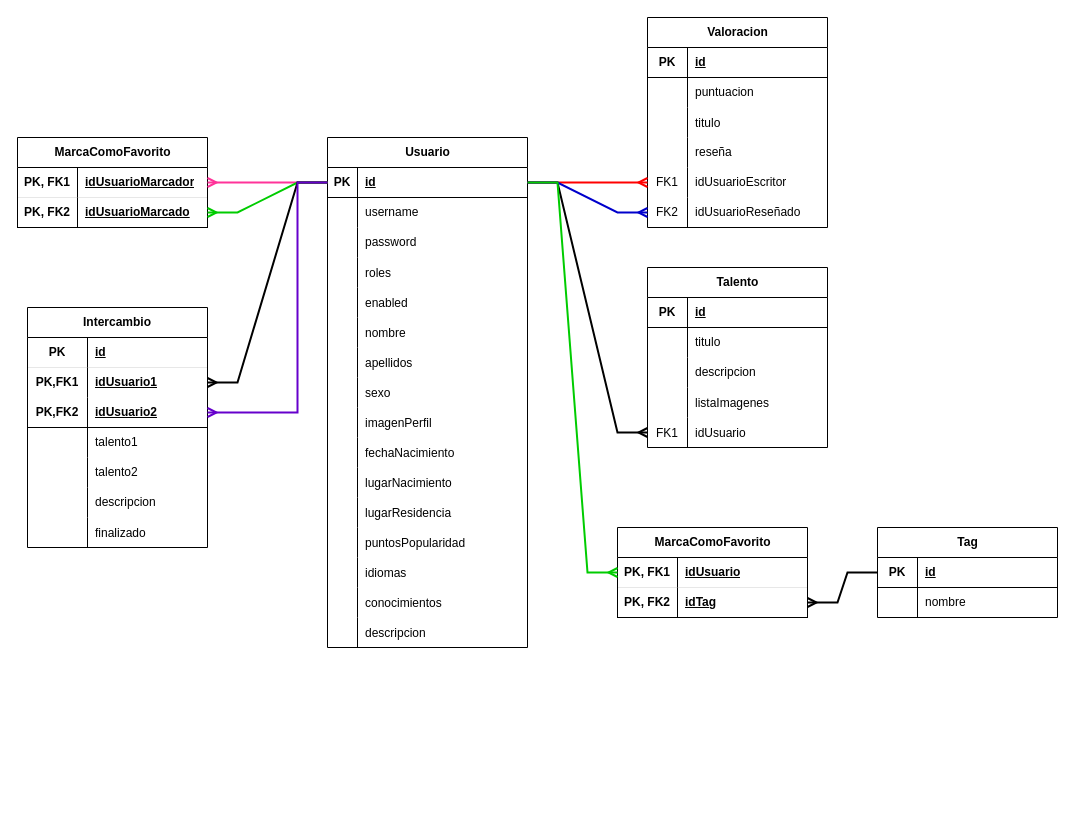
Earlier version of the draw.io diagram Diagramas/APPbilityDER.drawio (Lucasprogramyeah01/APPbility). Source tidied: cells renumbered, new cells numbered last; positions are measured from the earlier drawing's top-left corner, leaving out a move shared by most shapes. Both pictures are drawn from the tidied source at 100%, with x=0, y=0 at pixel (17, 17).
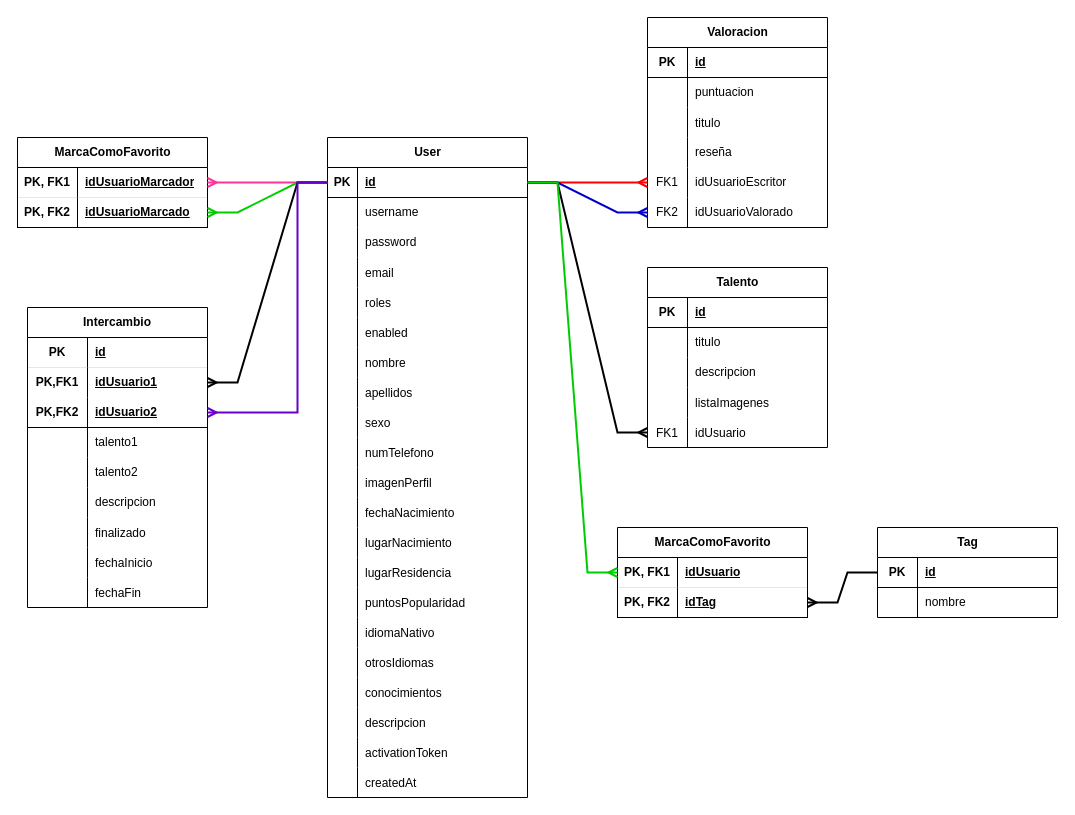
Above is the later version.

The change refers to these unchanged cells:
```xml
<mxCell id="84" style="shape=tableRow;horizontal=0;startSize=0;swimlaneHead=0;swimlaneBody=0;fillColor=none;points=[[0,0.5],[1,0.5]];portConstraint=eastwest;top=0;left=0;right=0;bottom=0;" parent="68" vertex="1">
  <mxGeometry y="180" width="180" height="30" as="geometry" />
</mxCell>
```

The edit, as a diff of the source:
```diff
@@
-    <mxCell id="2" value="Usuario" style="shape=table;startSize=30;childLayout=tableLayout;rowLines=0;fontStyle=1;align=center;html=1;" parent="1" vertex="1">
-      <mxGeometry x="310" y="120" width="200" height="510" as="geometry" />
+    <mxCell id="2" value="User" style="shape=table;startSize=30;childLayout=tableLayout;rowLines=0;fontStyle=1;align=center;html=1;" parent="1" vertex="1">
+      <mxGeometry x="310" y="120" width="200" height="660" as="geometry" />
     </mxCell>
@@
+    <mxCell id="138" style="shape=tableRow;horizontal=0;startSize=0;swimlaneHead=0;swimlaneBody=0;fillColor=none;top=0;left=0;right=0;bottom=0;" parent="2" vertex="1">
+      <mxGeometry y="120" width="200" height="30" as="geometry" />
+    </mxCell>
+    <mxCell id="139" style="shape=partialRectangle;fillColor=none;top=0;left=0;bottom=0;right=0;overflow=hidden;" parent="138" vertex="1">
+      <mxGeometry width="30" height="30" as="geometry" />
+    </mxCell>
+    <mxCell id="140" value="email" style="shape=partialRectangle;fillColor=none;top=0;left=0;bottom=0;right=0;align=left;spacingLeft=6;overflow=hidden;" parent="138" vertex="1">
+      <mxGeometry x="30" width="170" height="30" as="geometry" />
+    </mxCell>
     <mxCell id="12" style="shape=tableRow;horizontal=0;startSize=0;swimlaneHead=0;swimlaneBody=0;fillColor=none;top=0;left=0;right=0;bottom=0;" parent="2" vertex="1">
-      <mxGeometry y="120" width="200" height="30" as="geometry" />
+      <mxGeometry y="150" width="200" height="30" as="geometry" />
     </mxCell>
@@
     <mxCell id="15" style="shape=tableRow;horizontal=0;startSize=0;swimlaneHead=0;swimlaneBody=0;fillColor=none;top=0;left=0;right=0;bottom=0;" parent="2" vertex="1">
-      <mxGeometry y="150" width="200" height="30" as="geometry" />
+      <mxGeometry y="180" width="200" height="30" as="geometry" />
     </mxCell>
@@
     <mxCell id="18" style="shape=tableRow;horizontal=0;startSize=0;swimlaneHead=0;swimlaneBody=0;fillColor=none;top=0;left=0;right=0;bottom=0;" parent="2" vertex="1">
-      <mxGeometry y="180" width="200" height="30" as="geometry" />
+      <mxGeometry y="210" width="200" height="30" as="geometry" />
     </mxCell>
@@
     <mxCell id="21" style="shape=tableRow;horizontal=0;startSize=0;swimlaneHead=0;swimlaneBody=0;fillColor=none;top=0;left=0;right=0;bottom=0;" parent="2" vertex="1">
-      <mxGeometry y="210" width="200" height="30" as="geometry" />
+      <mxGeometry y="240" width="200" height="30" as="geometry" />
     </mxCell>
@@
     <mxCell id="24" style="shape=tableRow;horizontal=0;startSize=0;swimlaneHead=0;swimlaneBody=0;fillColor=none;top=0;left=0;right=0;bottom=0;" parent="2" vertex="1">
-      <mxGeometry y="240" width="200" height="30" as="geometry" />
+      <mxGeometry y="270" width="200" height="30" as="geometry" />
     </mxCell>
@@
+    <mxCell id="141" style="shape=tableRow;horizontal=0;startSize=0;swimlaneHead=0;swimlaneBody=0;fillColor=none;top=0;left=0;right=0;bottom=0;" parent="2" vertex="1">
+      <mxGeometry y="300" width="200" height="30" as="geometry" />
+    </mxCell>
+    <mxCell id="142" style="shape=partialRectangle;fillColor=none;top=0;left=0;bottom=0;right=0;overflow=hidden;" parent="141" vertex="1">
+      <mxGeometry width="30" height="30" as="geometry" />
+    </mxCell>
+    <mxCell id="143" value="numTelefono" style="shape=partialRectangle;fillColor=none;top=0;left=0;bottom=0;right=0;align=left;spacingLeft=6;overflow=hidden;" parent="141" vertex="1">
+      <mxGeometry x="30" width="170" height="30" as="geometry" />
+    </mxCell>
     <mxCell id="27" style="shape=tableRow;horizontal=0;startSize=0;swimlaneHead=0;swimlaneBody=0;fillColor=none;top=0;left=0;right=0;bottom=0;" parent="2" vertex="1">
-      <mxGeometry y="270" width="200" height="30" as="geometry" />
+      <mxGeometry y="330" width="200" height="30" as="geometry" />
     </mxCell>
@@
     <mxCell id="30" style="shape=tableRow;horizontal=0;startSize=0;swimlaneHead=0;swimlaneBody=0;fillColor=none;top=0;left=0;right=0;bottom=0;" parent="2" vertex="1">
-      <mxGeometry y="300" width="200" height="30" as="geometry" />
+      <mxGeometry y="360" width="200" height="30" as="geometry" />
     </mxCell>
@@
     <mxCell id="33" style="shape=tableRow;horizontal=0;startSize=0;swimlaneHead=0;swimlaneBody=0;fillColor=none;top=0;left=0;right=0;bottom=0;" parent="2" vertex="1">
-      <mxGeometry y="330" width="200" height="30" as="geometry" />
+      <mxGeometry y="390" width="200" height="30" as="geometry" />
     </mxCell>
@@
     <mxCell id="36" style="shape=tableRow;horizontal=0;startSize=0;swimlaneHead=0;swimlaneBody=0;fillColor=none;top=0;left=0;right=0;bottom=0;" parent="2" vertex="1">
-      <mxGeometry y="360" width="200" height="30" as="geometry" />
+      <mxGeometry y="420" width="200" height="30" as="geometry" />
     </mxCell>
@@
     <mxCell id="39" style="shape=tableRow;horizontal=0;startSize=0;swimlaneHead=0;swimlaneBody=0;fillColor=none;top=0;left=0;right=0;bottom=0;" parent="2" vertex="1">
-      <mxGeometry y="390" width="200" height="30" as="geometry" />
+      <mxGeometry y="450" width="200" height="30" as="geometry" />
     </mxCell>
@@
     <mxCell id="42" style="shape=tableRow;horizontal=0;startSize=0;swimlaneHead=0;swimlaneBody=0;fillColor=none;top=0;left=0;right=0;bottom=0;" parent="2" vertex="1">
-      <mxGeometry y="420" width="200" height="30" as="geometry" />
+      <mxGeometry y="480" width="200" height="30" as="geometry" />
     </mxCell>
@@
-    <mxCell id="44" value="idiomas" style="shape=partialRectangle;fillColor=none;top=0;left=0;bottom=0;right=0;align=left;spacingLeft=6;overflow=hidden;" parent="42" vertex="1">
+    <mxCell id="44" value="idiomaNativo" style="shape=partialRectangle;fillColor=none;top=0;left=0;bottom=0;right=0;align=left;spacingLeft=6;overflow=hidden;" parent="42" vertex="1">
       <mxGeometry x="30" width="170" height="30" as="geometry" />
     </mxCell>
+    <mxCell id="144" style="shape=tableRow;horizontal=0;startSize=0;swimlaneHead=0;swimlaneBody=0;fillColor=none;top=0;left=0;right=0;bottom=0;" parent="2" vertex="1">
+      <mxGeometry y="510" width="200" height="30" as="geometry" />
+    </mxCell>
+    <mxCell id="145" style="shape=partialRectangle;fillColor=none;top=0;left=0;bottom=0;right=0;overflow=hidden;" parent="144" vertex="1">
+      <mxGeometry width="30" height="30" as="geometry" />
+    </mxCell>
+    <mxCell id="146" value="otrosIdiomas" style="shape=partialRectangle;fillColor=none;top=0;left=0;bottom=0;right=0;align=left;spacingLeft=6;overflow=hidden;" parent="144" vertex="1">
+      <mxGeometry x="30" width="170" height="30" as="geometry" />
+    </mxCell>
     <mxCell id="45" style="shape=tableRow;horizontal=0;startSize=0;swimlaneHead=0;swimlaneBody=0;fillColor=none;top=0;left=0;right=0;bottom=0;" parent="2" vertex="1">
-      <mxGeometry y="450" width="200" height="30" as="geometry" />
+      <mxGeometry y="540" width="200" height="30" as="geometry" />
     </mxCell>
@@
     <mxCell id="48" style="shape=tableRow;horizontal=0;startSize=0;swimlaneHead=0;swimlaneBody=0;fillColor=none;top=0;left=0;right=0;bottom=0;" parent="2" vertex="1">
-      <mxGeometry y="480" width="200" height="30" as="geometry" />
+      <mxGeometry y="570" width="200" height="30" as="geometry" />
     </mxCell>
@@
+    <mxCell id="147" style="shape=tableRow;horizontal=0;startSize=0;swimlaneHead=0;swimlaneBody=0;fillColor=none;top=0;left=0;right=0;bottom=0;" parent="2" vertex="1">
+      <mxGeometry y="600" width="200" height="30" as="geometry" />
+    </mxCell>
+    <mxCell id="148" style="shape=partialRectangle;fillColor=none;top=0;left=0;bottom=0;right=0;overflow=hidden;" parent="147" vertex="1">
+      <mxGeometry width="30" height="30" as="geometry" />
+    </mxCell>
+    <mxCell id="149" value="activationToken" style="shape=partialRectangle;fillColor=none;top=0;left=0;bottom=0;right=0;align=left;spacingLeft=6;overflow=hidden;" parent="147" vertex="1">
+      <mxGeometry x="30" width="170" height="30" as="geometry" />
+    </mxCell>
+    <mxCell id="150" style="shape=tableRow;horizontal=0;startSize=0;swimlaneHead=0;swimlaneBody=0;fillColor=none;top=0;left=0;right=0;bottom=0;" parent="2" vertex="1">
+      <mxGeometry y="630" width="200" height="30" as="geometry" />
+    </mxCell>
+    <mxCell id="151" style="shape=partialRectangle;fillColor=none;top=0;left=0;bottom=0;right=0;overflow=hidden;" parent="150" vertex="1">
+      <mxGeometry width="30" height="30" as="geometry" />
+    </mxCell>
+    <mxCell id="152" value="createdAt" style="shape=partialRectangle;fillColor=none;top=0;left=0;bottom=0;right=0;align=left;spacingLeft=6;overflow=hidden;" parent="150" vertex="1">
+      <mxGeometry x="30" width="170" height="30" as="geometry" />
+    </mxCell>
@@
-    <mxCell id="86" value="idUsuarioReseñado" style="shape=partialRectangle;fillColor=none;top=0;left=0;bottom=0;right=0;align=left;spacingLeft=6;fontStyle=0;overflow=hidden;whiteSpace=wrap;html=1;" parent="84" vertex="1">
+    <mxCell id="86" value="idUsuarioValorado" style="shape=partialRectangle;fillColor=none;top=0;left=0;bottom=0;right=0;align=left;spacingLeft=6;fontStyle=0;overflow=hidden;whiteSpace=wrap;html=1;" parent="84" vertex="1">
       <mxGeometry x="40" width="140" height="30" as="geometry" />
     </mxCell>
@@
     <mxCell id="98" value="Intercambio" style="shape=table;startSize=30;childLayout=tableLayout;rowLines=0;fontStyle=1;align=center;html=1;whiteSpace=wrap;" parent="1" vertex="1">
-      <mxGeometry x="10" y="290" width="180" height="240" as="geometry" />
+      <mxGeometry x="10" y="290" width="180" height="300" as="geometry" />
     </mxCell>
@@
+    <mxCell id="153" style="shape=tableRow;horizontal=0;startSize=0;swimlaneHead=0;swimlaneBody=0;fillColor=none;top=0;left=0;right=0;bottom=0;" parent="98" vertex="1">
+      <mxGeometry y="240" width="180" height="30" as="geometry" />
+    </mxCell>
+    <mxCell id="154" style="shape=partialRectangle;fillColor=none;top=0;left=0;bottom=0;right=0;overflow=hidden;" parent="153" vertex="1">
+      <mxGeometry width="60" height="30" as="geometry" />
+    </mxCell>
+    <mxCell id="155" value="fechaInicio" style="shape=partialRectangle;fillColor=none;top=0;left=0;bottom=0;right=0;align=left;spacingLeft=6;overflow=hidden;" parent="153" vertex="1">
+      <mxGeometry x="60" width="120" height="30" as="geometry" />
+    </mxCell>
+    <mxCell id="156" style="shape=tableRow;horizontal=0;startSize=0;swimlaneHead=0;swimlaneBody=0;fillColor=none;top=0;left=0;right=0;bottom=0;" parent="98" vertex="1">
+      <mxGeometry y="270" width="180" height="30" as="geometry" />
+    </mxCell>
+    <mxCell id="157" style="shape=partialRectangle;fillColor=none;top=0;left=0;bottom=0;right=0;overflow=hidden;" parent="156" vertex="1">
+      <mxGeometry width="60" height="30" as="geometry" />
+    </mxCell>
+    <mxCell id="158" value="fechaFin" style="shape=partialRectangle;fillColor=none;top=0;left=0;bottom=0;right=0;align=left;spacingLeft=6;overflow=hidden;" parent="156" vertex="1">
+      <mxGeometry x="60" width="120" height="30" as="geometry" />
+    </mxCell>
```
